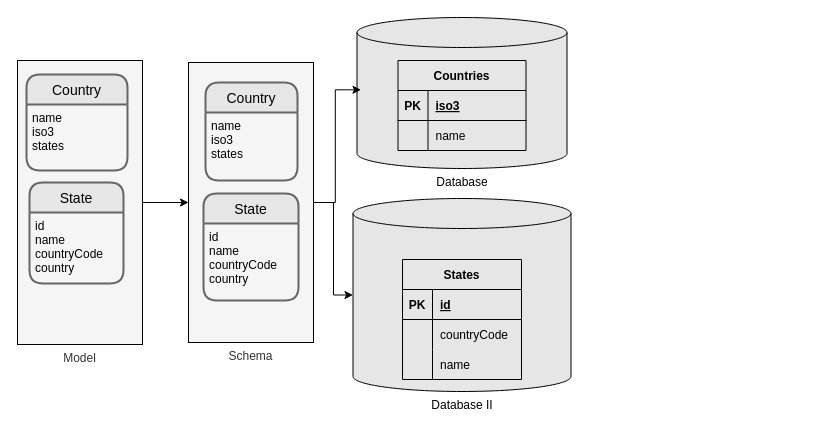
Above: design/schema4.drawio in lambda-orm/lambdaorm (draw.io), before the change. Source tidied: cells renumbered, new cells numbered last; positions are measured from the earlier drawing's top-left corner, leaving out a move shared by most shapes. Both pictures are drawn from the tidied source at 100%, with x=0, y=0 at pixel (17, 17).
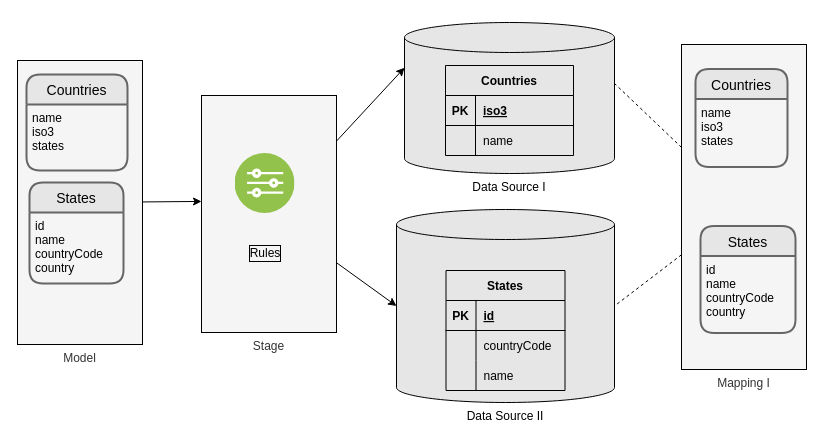
The same diagram, later.

Unchanged cells that the change refers to:
```xml
<mxCell id="3" value="Model" style="rounded=0;whiteSpace=wrap;html=1;labelBackgroundColor=none;sketch=0;fillColor=#f5f5f5;fontColor=#333333;strokeColor=#000000;labelPosition=center;verticalLabelPosition=bottom;align=center;verticalAlign=top;" parent="1" vertex="1">
  <mxGeometry y="43" width="125" height="284" as="geometry" />
</mxCell>
```

Diff of the diagram source:
```diff
@@
-    <mxCell id="2" style="edgeStyle=orthogonalEdgeStyle;rounded=0;jettySize=auto;html=1;entryX=0;entryY=0.5;entryDx=0;entryDy=0;fontColor=#000000;strokeColor=#000000;" parent="1" edge="1" source="3" target="18">
-      <mxGeometry relative="1" as="geometry" />
-    </mxCell>
+    <mxCell id="34" style="edgeStyle=none;html=1;entryX=0;entryY=0.447;entryDx=0;entryDy=0;entryPerimeter=0;strokeColor=#000000;" parent="1" edge="1" source="3" target="37">
+      <mxGeometry relative="1" as="geometry" />
+    </mxCell>
@@
-    <mxCell id="4" value="Database" style="shape=cylinder3;whiteSpace=wrap;html=1;boundedLbl=1;backgroundOutline=1;size=15;fillColor=#E6E6E6;strokeColor=#000000;labelPosition=center;verticalLabelPosition=bottom;align=center;verticalAlign=top;fontColor=#000000;" parent="1" vertex="1">
-      <mxGeometry x="339.5" width="210" height="151" as="geometry" />
+    <mxCell id="4" value="Data Source I" style="shape=cylinder3;whiteSpace=wrap;html=1;boundedLbl=1;backgroundOutline=1;size=15;fillColor=#E6E6E6;strokeColor=#000000;labelPosition=center;verticalLabelPosition=bottom;align=center;verticalAlign=top;fontColor=#000000;" parent="1" vertex="1">
+      <mxGeometry x="387" y="5" width="210" height="151" as="geometry" />
     </mxCell>
-    <mxCell id="5" value="Country" style="swimlane;horizontal=1;startSize=30;rounded=1;fontSize=14;fontStyle=0;strokeWidth=2;shadow=0;dashed=0;align=center;fontColor=#000000;fillColor=#E6E6E6;strokeColor=#666666;" parent="1" vertex="1">
+    <mxCell id="5" value="Countries" style="swimlane;horizontal=1;startSize=30;rounded=1;fontSize=14;fontStyle=0;strokeWidth=2;shadow=0;dashed=0;align=center;fontColor=#000000;fillColor=#E6E6E6;strokeColor=#666666;" parent="1" vertex="1">
       <mxGeometry x="9" y="57" width="101" height="96" as="geometry" />
     </mxCell>
@@
-    <mxCell id="7" value="State" style="swimlane;horizontal=1;startSize=30;rounded=1;fontSize=14;fontStyle=0;strokeWidth=2;shadow=0;dashed=0;align=center;fontColor=#000000;fillColor=#E6E6E6;strokeColor=#666666;" parent="1" vertex="1">
+    <mxCell id="7" value="States" style="swimlane;horizontal=1;startSize=30;rounded=1;fontSize=14;fontStyle=0;strokeWidth=2;shadow=0;dashed=0;align=center;fontColor=#000000;fillColor=#E6E6E6;strokeColor=#666666;" parent="1" vertex="1">
       <mxGeometry x="12" y="165" width="94" height="101" as="geometry" />
     </mxCell>
@@
     <mxCell id="9" value="Countries" style="shape=table;startSize=30;childLayout=tableLayout;rowLines=0;fontStyle=1;align=center;fontColor=#000000;strokeColor=#000000;fillColor=#E6E6E6;" parent="1" vertex="1">
-      <mxGeometry x="380.5" y="43" width="128" height="90" as="geometry" />
+      <mxGeometry x="428" y="48" width="128" height="90" as="geometry" />
     </mxCell>
@@
-    <mxCell id="16" style="edgeStyle=orthogonalEdgeStyle;rounded=0;jettySize=auto;html=1;entryX=0.019;entryY=0.479;entryDx=0;entryDy=0;entryPerimeter=0;fontColor=#000000;strokeColor=#000000;" parent="1" edge="1" source="18" target="4">
+    <mxCell id="16" style="edgeStyle=none;html=1;entryX=1;entryY=0.404;entryDx=0;entryDy=0;entryPerimeter=0;strokeColor=#000000;dashed=1;endArrow=none;endFill=0;" parent="1" edge="1" source="18" target="4">
       <mxGeometry relative="1" as="geometry" />
     </mxCell>
-    <mxCell id="17" style="edgeStyle=orthogonalEdgeStyle;rounded=0;jettySize=auto;html=1;entryX=0;entryY=0.5;entryDx=0;entryDy=0;entryPerimeter=0;strokeColor=#000000;" parent="1" edge="1" source="18" target="23">
+    <mxCell id="17" style="edgeStyle=none;html=1;entryX=1;entryY=0.5;entryDx=0;entryDy=0;entryPerimeter=0;strokeColor=#000000;dashed=1;endArrow=none;endFill=0;" parent="1" edge="1" source="18" target="23">
       <mxGeometry relative="1" as="geometry" />
     </mxCell>
-    <mxCell id="18" value="Schema" style="rounded=0;whiteSpace=wrap;html=1;labelBackgroundColor=none;sketch=0;fillColor=#f5f5f5;fontColor=#333333;strokeColor=#000000;labelPosition=center;verticalLabelPosition=bottom;align=center;verticalAlign=top;" parent="1" vertex="1">
-      <mxGeometry x="171" y="45" width="125" height="280" as="geometry" />
+    <mxCell id="18" value="Mapping I" style="rounded=0;whiteSpace=wrap;html=1;labelBackgroundColor=none;sketch=0;fillColor=#f5f5f5;fontColor=#333333;strokeColor=#000000;labelPosition=center;verticalLabelPosition=bottom;align=center;verticalAlign=top;" parent="1" vertex="1">
+      <mxGeometry x="664" y="27" width="125" height="325" as="geometry" />
     </mxCell>
-    <mxCell id="19" value="Country" style="swimlane;horizontal=1;startSize=30;rounded=1;fontSize=14;fontStyle=0;strokeWidth=2;shadow=0;dashed=0;align=center;fontColor=#000000;fillColor=#E6E6E6;strokeColor=#666666;" parent="1" vertex="1">
-      <mxGeometry x="188" y="65" width="92" height="98" as="geometry" />
+    <mxCell id="19" value="Countries" style="swimlane;horizontal=1;startSize=30;rounded=1;fontSize=14;fontStyle=0;strokeWidth=2;shadow=0;dashed=0;align=center;fontColor=#000000;fillColor=#E6E6E6;strokeColor=#666666;" parent="1" vertex="1">
+      <mxGeometry x="678" y="51.5" width="92" height="98" as="geometry" />
     </mxCell>
@@
-    <mxCell id="21" value="State" style="swimlane;horizontal=1;startSize=30;rounded=1;fontSize=14;fontStyle=0;strokeWidth=2;shadow=0;dashed=0;align=center;fontColor=#000000;fillColor=#E6E6E6;strokeColor=#666666;" parent="1" vertex="1">
-      <mxGeometry x="186" y="176" width="95" height="107" as="geometry" />
-    </mxCell>
-    <mxCell id="22" value="id&#10;name&#10;countryCode&#10;country" style="align=left;strokeColor=none;fillColor=none;spacingLeft=4;fontSize=12;verticalAlign=top;fontColor=#000000;" parent="21" vertex="1">
-      <mxGeometry y="30" width="95" height="77" as="geometry" />
-    </mxCell>
-    <mxCell id="23" value="Database II" style="shape=cylinder3;whiteSpace=wrap;html=1;boundedLbl=1;backgroundOutline=1;size=15;fillColor=#E6E6E6;strokeColor=#000000;labelPosition=center;verticalLabelPosition=bottom;align=center;verticalAlign=top;fontColor=#000000;" parent="1" vertex="1">
-      <mxGeometry x="335.5" y="181" width="218" height="193" as="geometry" />
+    <mxCell id="23" value="Data Source II" style="shape=cylinder3;whiteSpace=wrap;html=1;boundedLbl=1;backgroundOutline=1;size=15;fillColor=#E6E6E6;strokeColor=#000000;labelPosition=center;verticalLabelPosition=bottom;align=center;verticalAlign=top;fontColor=#000000;" parent="1" vertex="1">
+      <mxGeometry x="379" y="192" width="218" height="193" as="geometry" />
     </mxCell>
     <mxCell id="24" value="States" style="shape=table;startSize=30;childLayout=tableLayout;rowLines=0;fontStyle=1;align=center;fontColor=#000000;strokeColor=#000000;fillColor=#E6E6E6;" parent="1" vertex="1">
-      <mxGeometry x="385" y="242" width="119" height="120" as="geometry" />
+      <mxGeometry x="428.5" y="253" width="119" height="120" as="geometry" />
     </mxCell>
@@
+    <mxCell id="35" style="edgeStyle=none;html=1;entryX=0;entryY=0;entryDx=0;entryDy=45.25;entryPerimeter=0;strokeColor=#000000;" parent="1" edge="1" source="37" target="4">
+      <mxGeometry relative="1" as="geometry" />
+    </mxCell>
+    <mxCell id="36" style="edgeStyle=none;html=1;entryX=0;entryY=0.5;entryDx=0;entryDy=0;entryPerimeter=0;strokeColor=#000000;" parent="1" edge="1" source="37" target="23">
+      <mxGeometry relative="1" as="geometry" />
+    </mxCell>
+    <mxCell id="37" value="Stage" style="rounded=0;whiteSpace=wrap;html=1;labelBackgroundColor=none;sketch=0;fillColor=#f5f5f5;fontColor=#333333;strokeColor=#000000;labelPosition=center;verticalLabelPosition=bottom;align=center;verticalAlign=top;" parent="1" vertex="1">
+      <mxGeometry x="184" y="78" width="135" height="237" as="geometry" />
+    </mxCell>
+    <mxCell id="38" style="perimeter=ellipsePerimeter;html=1;align=center;shadow=0;dashed=0;fontColor=#4277BB;labelBackgroundColor=#ffffff;fontSize=12;spacingTop=3;image;image=img/lib/ibm/vpc/Rules.svg;labelBorderColor=default;" parent="1" vertex="1">
+      <mxGeometry x="217.5" y="136" width="60" height="60" as="geometry" />
+    </mxCell>
+    <mxCell id="39" value="Rules" style="text;html=1;strokeColor=none;fillColor=none;align=center;verticalAlign=middle;whiteSpace=wrap;rounded=0;labelBackgroundColor=none;labelBorderColor=default;fontColor=#000000;" parent="1" vertex="1">
+      <mxGeometry x="217.5" y="220.5" width="60" height="30" as="geometry" />
+    </mxCell>
+    <mxCell id="40" value="States" style="swimlane;horizontal=1;startSize=30;rounded=1;fontSize=14;fontStyle=0;strokeWidth=2;shadow=0;dashed=0;align=center;fontColor=#000000;fillColor=#E6E6E6;strokeColor=#666666;" parent="1" vertex="1">
+      <mxGeometry x="683" y="208.5" width="95" height="107" as="geometry" />
+    </mxCell>
+    <mxCell id="22" value="id&#10;name&#10;countryCode&#10;country" style="align=left;strokeColor=none;fillColor=none;spacingLeft=4;fontSize=12;verticalAlign=top;fontColor=#000000;" parent="40" vertex="1">
+      <mxGeometry y="30" width="95" height="77" as="geometry" />
+    </mxCell>
```
